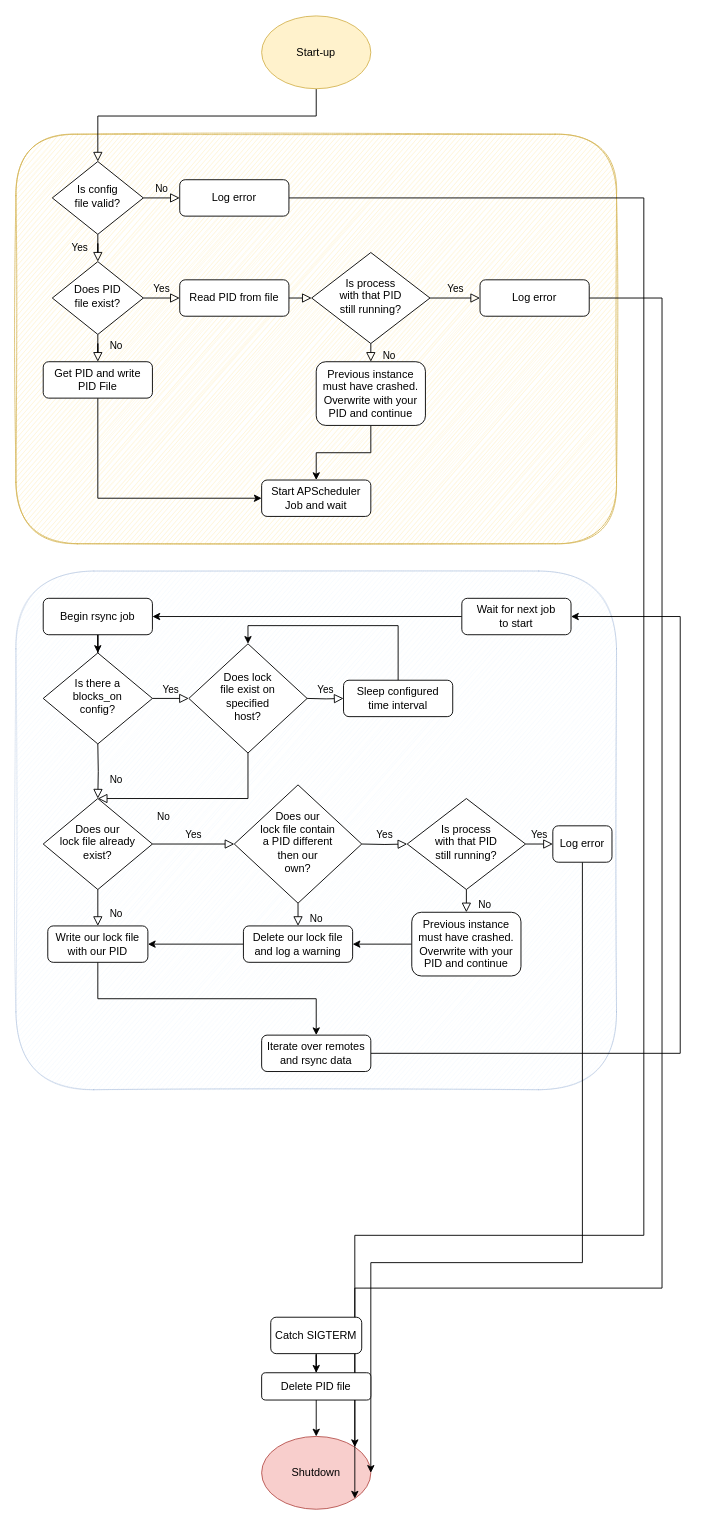
rchapin/backup_manager keeps this draw.io diagram as backupmanager/resources/drawio/backupmanager-process-flow.drawio. Above is the earlier version. Source tidied: cells renumbered, new cells numbered last; positions are measured from the earlier drawing's top-left corner, leaving out a move shared by most shapes. Both pictures are drawn from the tidied source at 91%, with x=0, y=0 at pixel (15, 15).
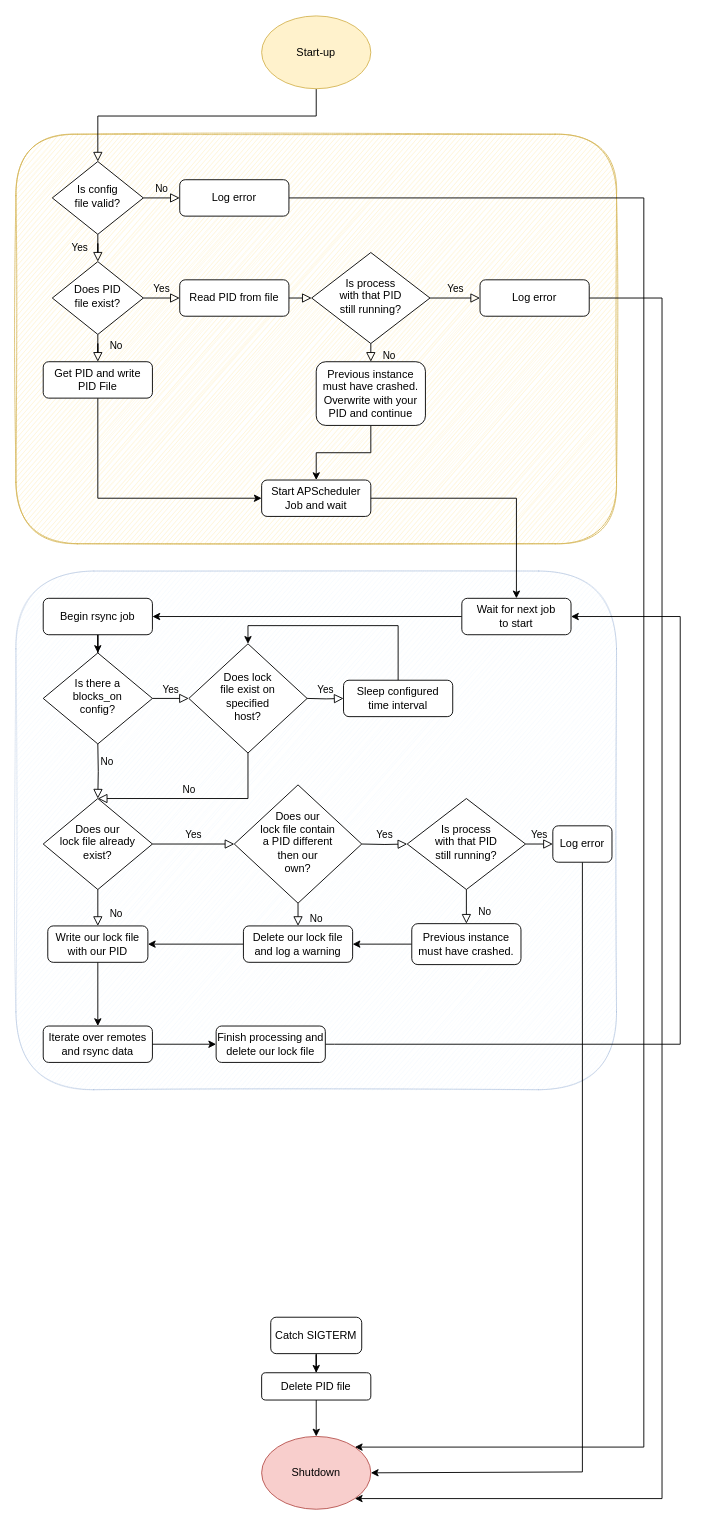
The same diagram, later.

Unchanged cells that the change refers to:
```xml
<mxCell id="4" value="Start APScheduler Job and wait" style="rounded=1;whiteSpace=wrap;html=1;fontSize=12;glass=0;strokeWidth=1;shadow=0;" parent="1" vertex="1">
  <mxGeometry x="270" y="510" width="120" height="40" as="geometry" />
</mxCell>
<mxCell id="9" value="Log error&lt;br&gt;" style="rounded=1;whiteSpace=wrap;html=1;fontSize=12;glass=0;strokeWidth=1;shadow=0;" parent="1" vertex="1">
  <mxGeometry x="180" y="180" width="120" height="40" as="geometry" />
</mxCell>
<mxCell id="17" value="Shutdown" style="ellipse;whiteSpace=wrap;html=1;fillColor=#f8cecc;strokeColor=#b85450;" parent="1" vertex="1">
  <mxGeometry x="270" y="1561" width="120" height="80" as="geometry" />
</mxCell>
<mxCell id="21" value="Log error&lt;br&gt;" style="rounded=1;whiteSpace=wrap;html=1;fontSize=12;glass=0;strokeWidth=1;shadow=0;" parent="1" vertex="1">
  <mxGeometry x="510" y="290" width="120" height="40" as="geometry" />
</mxCell>
<mxCell id="33" value="Does lock&lt;br&gt;file exist on&lt;br&gt;specified&lt;br&gt;host?" style="rhombus;whiteSpace=wrap;html=1;shadow=0;fontFamily=Helvetica;fontSize=12;align=center;strokeWidth=1;spacing=6;spacingTop=-4;" parent="1" vertex="1">
  <mxGeometry x="190" y="690" width="130" height="120" as="geometry" />
</mxCell>
<mxCell id="37" value="Does our&lt;br&gt;lock file already&lt;br&gt;exist?" style="rhombus;whiteSpace=wrap;html=1;shadow=0;fontFamily=Helvetica;fontSize=12;align=center;strokeWidth=1;spacing=6;spacingTop=-4;" parent="1" vertex="1">
  <mxGeometry x="30" y="860" width="120" height="100" as="geometry" />
</mxCell>
<mxCell id="44" value="Log error&lt;br&gt;" style="rounded=1;whiteSpace=wrap;html=1;fontSize=12;glass=0;strokeWidth=1;shadow=0;" parent="1" vertex="1">
  <mxGeometry x="590" y="890" width="65" height="40" as="geometry" />
</mxCell>
<mxCell id="54" value="Wait for next job&lt;br&gt;to start" style="rounded=1;whiteSpace=wrap;html=1;fontSize=12;glass=0;strokeWidth=1;shadow=0;" parent="1" vertex="1">
  <mxGeometry x="490" y="640" width="120" height="40" as="geometry" />
</mxCell>
```

Change to the diagram source:
```diff
@@
     <mxCell id="8" style="edgeStyle=orthogonalEdgeStyle;rounded=0;jettySize=auto;html=1;exitX=1;exitY=0.5;exitDx=0;exitDy=0;entryX=1;entryY=0;entryDx=0;entryDy=0;" parent="1" edge="1" source="9" target="17">
       <mxGeometry relative="1" as="geometry">
         <Array as="points">
           <mxPoint x="690" y="200" />
-          <mxPoint x="690" y="1340" />
-          <mxPoint x="372" y="1340" />
+          <mxPoint x="690" y="1573" />
         </Array>
       </mxGeometry>
     </mxCell>
@@
     <mxCell id="20" style="edgeStyle=orthogonalEdgeStyle;rounded=0;jettySize=auto;html=1;exitX=1;exitY=0.5;exitDx=0;exitDy=0;entryX=1;entryY=1;entryDx=0;entryDy=0;" parent="1" edge="1" source="21" target="17">
       <mxGeometry relative="1" as="geometry">
         <Array as="points">
           <mxPoint x="710" y="310" />
-          <mxPoint x="710" y="1398" />
+          <mxPoint x="710" y="1629" />
         </Array>
       </mxGeometry>
     </mxCell>
@@
     <mxCell id="38" value="No" style="rounded=0;html=1;jettySize=auto;fontSize=11;endArrow=block;endFill=0;endSize=8;strokeWidth=1;shadow=0;labelBackgroundColor=none;edgeStyle=orthogonalEdgeStyle;" parent="1" edge="1" target="37">
-      <mxGeometry x="0.33" y="20" relative="1" as="geometry">
+      <mxGeometry x="-0.33" y="10" relative="1" as="geometry">
         <mxPoint x="90" y="800" as="sourcePoint" />
       </mxGeometry>
     </mxCell>
     <mxCell id="39" value="No" style="rounded=0;html=1;jettySize=auto;fontSize=11;endArrow=block;endFill=0;endSize=8;strokeWidth=1;shadow=0;labelBackgroundColor=none;edgeStyle=orthogonalEdgeStyle;exitX=0.5;exitY=1;exitDx=0;exitDy=0;entryX=0.5;entryY=0;entryDx=0;entryDy=0;" parent="1" edge="1" source="33" target="37">
-      <mxGeometry x="0.33" y="20" relative="1" as="geometry">
+      <mxGeometry x="0.07" y="-10" relative="1" as="geometry">
         <Array as="points">
           <mxPoint x="255" y="860" />
         </Array>
       </mxGeometry>
     </mxCell>
@@
     <mxCell id="43" style="edgeStyle=orthogonalEdgeStyle;rounded=0;jettySize=auto;html=1;exitX=0.5;exitY=1;exitDx=0;exitDy=0;entryX=1;entryY=0.5;entryDx=0;entryDy=0;" parent="1" edge="1" source="44" target="17">
       <mxGeometry relative="1" as="geometry">
         <Array as="points">
-          <mxPoint x="623" y="1370" />
+          <mxPoint x="623" y="1600" />
         </Array>
       </mxGeometry>
     </mxCell>
@@
-    <mxCell id="49" style="edgeStyle=orthogonalEdgeStyle;rounded=0;jettySize=auto;html=1;exitX=1;exitY=0.5;exitDx=0;exitDy=0;entryX=1;entryY=0.5;entryDx=0;entryDy=0;" parent="1" edge="1" source="50" target="54">
+    <mxCell id="49" style="edgeStyle=orthogonalEdgeStyle;rounded=0;jettySize=auto;html=1;exitX=1;exitY=0.5;exitDx=0;exitDy=0;entryX=1;entryY=0.5;entryDx=0;entryDy=0;" parent="1" edge="1" source="63" target="54">
       <mxGeometry relative="1" as="geometry">
         <Array as="points">
-          <mxPoint x="730" y="1140" />
+          <mxPoint x="350" y="1130" />
+          <mxPoint x="730" y="1130" />
           <mxPoint x="730" y="660" />
         </Array>
       </mxGeometry>
     </mxCell>
     <mxCell id="50" value="Iterate over remotes&lt;br&gt;and rsync data" style="rounded=1;whiteSpace=wrap;html=1;fontSize=12;glass=0;strokeWidth=1;shadow=0;" parent="1" vertex="1">
-      <mxGeometry x="270" y="1120" width="120" height="40" as="geometry" />
+      <mxGeometry x="30" y="1110" width="120" height="40" as="geometry" />
     </mxCell>
@@
-    <mxCell id="58" value="Previous instance must have crashed. Overwrite with your PID and continue" style="rounded=1;whiteSpace=wrap;html=1;fontSize=12;glass=0;strokeWidth=1;shadow=0;" parent="1" vertex="1">
-      <mxGeometry x="435" y="985" width="120" height="70" as="geometry" />
+    <mxCell id="58" value="Previous instance must have crashed." style="rounded=1;whiteSpace=wrap;html=1;fontSize=12;glass=0;strokeWidth=1;shadow=0;" parent="1" vertex="1">
+      <mxGeometry x="435" y="997.5" width="120" height="45" as="geometry" />
     </mxCell>
@@
+    <mxCell id="62" style="edgeStyle=orthogonalEdgeStyle;rounded=0;jettySize=auto;html=1;exitX=1;exitY=0.5;exitDx=0;exitDy=0;" parent="1" edge="1" source="4" target="54">
+      <mxGeometry relative="1" as="geometry" />
+    </mxCell>
+    <mxCell id="63" value="Finish processing and&lt;br&gt;delete our lock file" style="rounded=1;whiteSpace=wrap;html=1;fontSize=12;glass=0;strokeWidth=1;shadow=0;" parent="1" vertex="1">
+      <mxGeometry x="220" y="1110" width="120" height="40" as="geometry" />
+    </mxCell>
+    <mxCell id="64" style="edgeStyle=orthogonalEdgeStyle;rounded=0;jettySize=auto;html=1;exitX=1;exitY=0.5;exitDx=0;exitDy=0;entryX=0;entryY=0.5;entryDx=0;entryDy=0;" parent="1" edge="1" source="50" target="63">
+      <mxGeometry relative="1" as="geometry" />
+    </mxCell>
```
